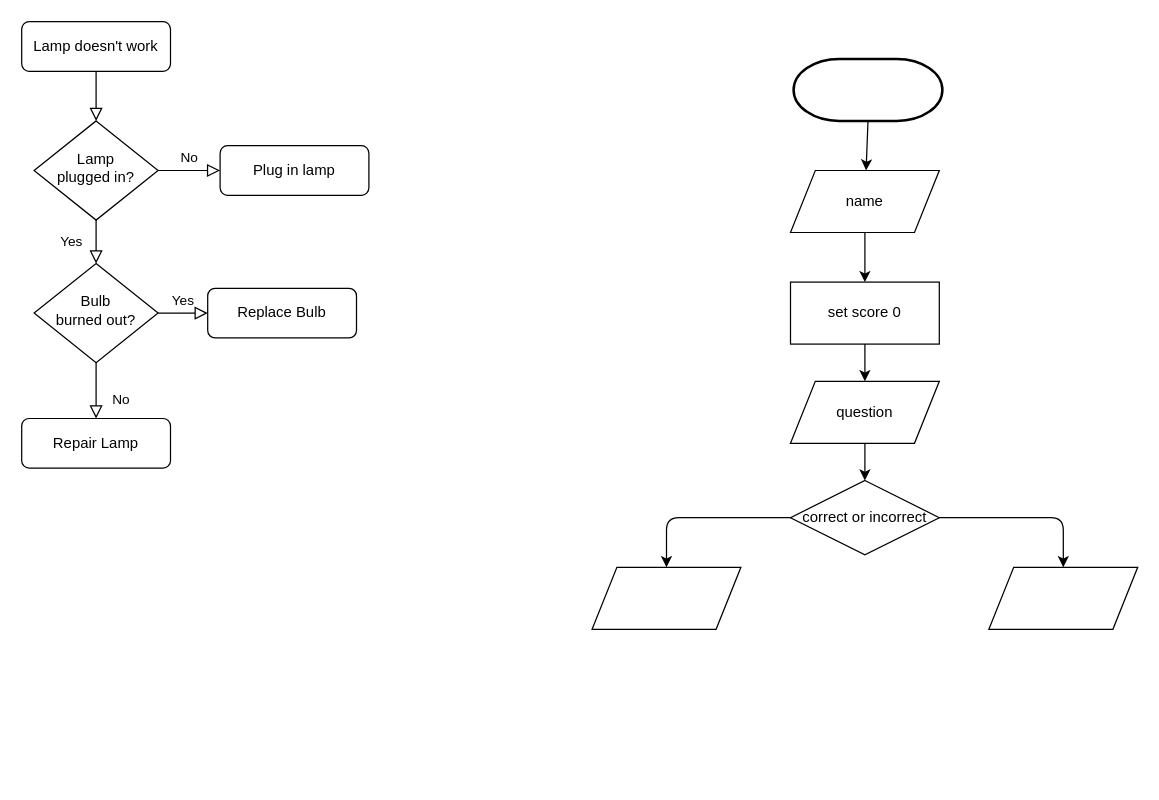
Above: main/Untitled Diagram.drawio in ASDAH-Digtal/level-1-python-quiz-Jianaaaa (draw.io), before the change. Source tidied: cells renumbered, new cells numbered last; positions are measured from the earlier drawing's top-left corner, leaving out a move shared by most shapes. Both pictures are drawn from the tidied source at 124%, with x=0, y=0 at pixel (21, 21).
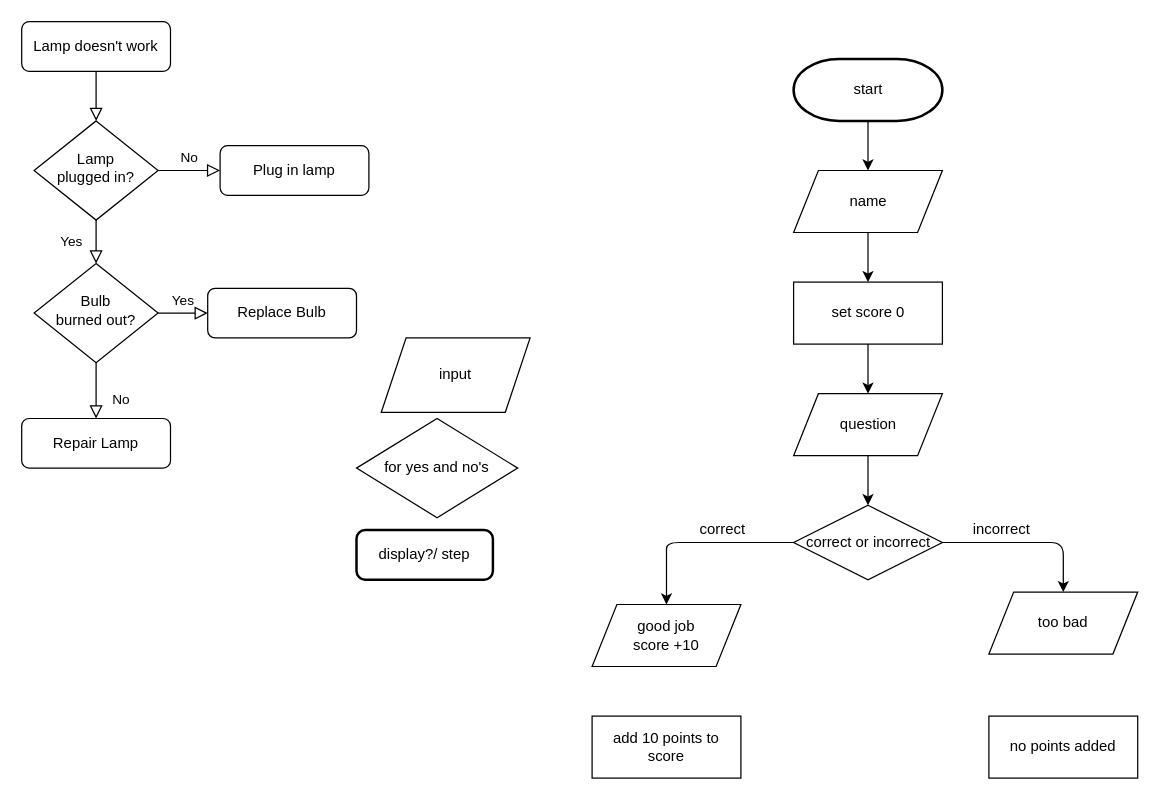
After the change.

Change to the diagram source:
```diff
@@
     <mxCell id="14" value="name" style="shape=parallelogram;perimeter=parallelogramPerimeter;whiteSpace=wrap;html=1;fixedSize=1;" parent="1" vertex="1">
-      <mxGeometry x="620" y="120" width="120" height="50" as="geometry" />
+      <mxGeometry x="622.5" y="120" width="120" height="50" as="geometry" />
     </mxCell>
     <mxCell id="15" value="set score 0" style="rounded=0;whiteSpace=wrap;html=1;" parent="1" vertex="1">
-      <mxGeometry x="620" y="210" width="120" height="50" as="geometry" />
+      <mxGeometry x="622.5" y="210" width="120" height="50" as="geometry" />
     </mxCell>
-    <mxCell id="16" value="question" style="shape=parallelogram;perimeter=parallelogramPerimeter;whiteSpace=wrap;html=1;fixedSize=1;" parent="1" vertex="1">
-      <mxGeometry x="620" y="290" width="120" height="50" as="geometry" />
-    </mxCell>
@@
-    <mxCell id="19" style="shape=parallelogram;perimeter=parallelogramPerimeter;whiteSpace=wrap;html=1;fixedSize=1;" parent="1" vertex="1">
-      <mxGeometry x="460" y="440" width="120" height="50" as="geometry" />
+    <mxCell id="19" value="good job&lt;br&gt;score +10" style="shape=parallelogram;perimeter=parallelogramPerimeter;whiteSpace=wrap;html=1;fixedSize=1;" parent="1" vertex="1">
+      <mxGeometry x="460" y="470" width="120" height="50" as="geometry" />
     </mxCell>
     <mxCell id="20" value="correct or incorrect" style="rhombus;whiteSpace=wrap;html=1;" parent="1" vertex="1">
-      <mxGeometry x="620" y="370" width="120" height="60" as="geometry" />
+      <mxGeometry x="622.5" y="390" width="120" height="60" as="geometry" />
     </mxCell>
-    <mxCell id="21" style="strokeWidth=2;html=1;shape=mxgraph.flowchart.terminator;whiteSpace=wrap;" parent="1" vertex="1">
+    <mxCell id="21" value="start" style="strokeWidth=2;html=1;shape=mxgraph.flowchart.terminator;whiteSpace=wrap;" parent="1" vertex="1">
       <mxGeometry x="622.5" y="30" width="120" height="50" as="geometry" />
     </mxCell>
-    <mxCell id="22" style="endArrow=classic;html=1;entryX=0.5;entryY=0;entryDx=0;entryDy=0;exitX=0.5;exitY=1;exitDx=0;exitDy=0;" parent="1" edge="1" source="16" target="20">
-      <mxGeometry relative="1" as="geometry" />
-    </mxCell>
     <mxCell id="23" style="endArrow=classic;html=1;entryX=0.5;entryY=0;entryDx=0;entryDy=0;exitX=0;exitY=0.5;exitDx=0;exitDy=0;" parent="1" edge="1" source="20" target="19">
       <mxGeometry relative="1" as="geometry">
         <Array as="points">
-          <mxPoint x="520" y="400" />
+          <mxPoint x="520" y="420" />
+          <mxPoint x="520" y="430" />
         </Array>
       </mxGeometry>
     </mxCell>
-    <mxCell id="24" style="shape=parallelogram;perimeter=parallelogramPerimeter;whiteSpace=wrap;html=1;fixedSize=1;" parent="1" vertex="1">
-      <mxGeometry x="780" y="440" width="120" height="50" as="geometry" />
+    <mxCell id="24" value="too bad" style="shape=parallelogram;perimeter=parallelogramPerimeter;whiteSpace=wrap;html=1;fixedSize=1;" parent="1" vertex="1">
+      <mxGeometry x="780" y="460" width="120" height="50" as="geometry" />
     </mxCell>
     <mxCell id="25" style="endArrow=classic;html=1;entryX=0.5;entryY=0;entryDx=0;entryDy=0;exitX=1;exitY=0.5;exitDx=0;exitDy=0;" parent="1" edge="1" source="20" target="24">
       <mxGeometry relative="1" as="geometry">
         <Array as="points">
-          <mxPoint x="840" y="400" />
+          <mxPoint x="840" y="420" />
         </Array>
       </mxGeometry>
     </mxCell>
+    <mxCell id="26" value="input" style="shape=parallelogram;perimeter=parallelogramPerimeter;whiteSpace=wrap;html=1;fixedSize=1;" parent="1" vertex="1">
+      <mxGeometry x="290" y="255" width="120" height="60" as="geometry" />
+    </mxCell>
+    <mxCell id="27" value="for yes and no's" style="rhombus;whiteSpace=wrap;html=1;" parent="1" vertex="1">
+      <mxGeometry x="270" y="320" width="130" height="80" as="geometry" />
+    </mxCell>
+    <mxCell id="28" value="display?/ step" style="rounded=1;whiteSpace=wrap;html=1;absoluteArcSize=1;arcSize=14;strokeWidth=2;" parent="1" vertex="1">
+      <mxGeometry x="270" y="410" width="110" height="40" as="geometry" />
+    </mxCell>
+    <mxCell id="22" style="endArrow=classic;html=1;exitX=0.5;exitY=1;exitDx=0;exitDy=0;entryX=0.5;entryY=0;entryDx=0;entryDy=0;" parent="1" edge="1" source="16" target="20">
+      <mxGeometry relative="1" as="geometry" />
+    </mxCell>
+    <mxCell id="16" value="question" style="shape=parallelogram;perimeter=parallelogramPerimeter;whiteSpace=wrap;html=1;fixedSize=1;" parent="1" vertex="1">
+      <mxGeometry x="622.5" y="300" width="120" height="50" as="geometry" />
+    </mxCell>
+    <mxCell id="29" value="correct" style="text;html=1;align=center;verticalAlign=middle;strokeColor=none;fillColor=none;" parent="1" vertex="1">
+      <mxGeometry x="540" y="400" width="50" height="20" as="geometry" />
+    </mxCell>
+    <mxCell id="30" value="incorrect" style="text;html=1;align=center;verticalAlign=middle;strokeColor=none;fillColor=none;" parent="1" vertex="1">
+      <mxGeometry x="760" y="400" width="60" height="20" as="geometry" />
+    </mxCell>
+    <mxCell id="31" value="add 10 points to score" style="rounded=0;whiteSpace=wrap;html=1;" parent="1" vertex="1">
+      <mxGeometry x="460" y="560" width="120" height="50" as="geometry" />
+    </mxCell>
+    <mxCell id="32" value="no points added" style="rounded=0;whiteSpace=wrap;html=1;" parent="1" vertex="1">
+      <mxGeometry x="780" y="560" width="120" height="50" as="geometry" />
+    </mxCell>
```
